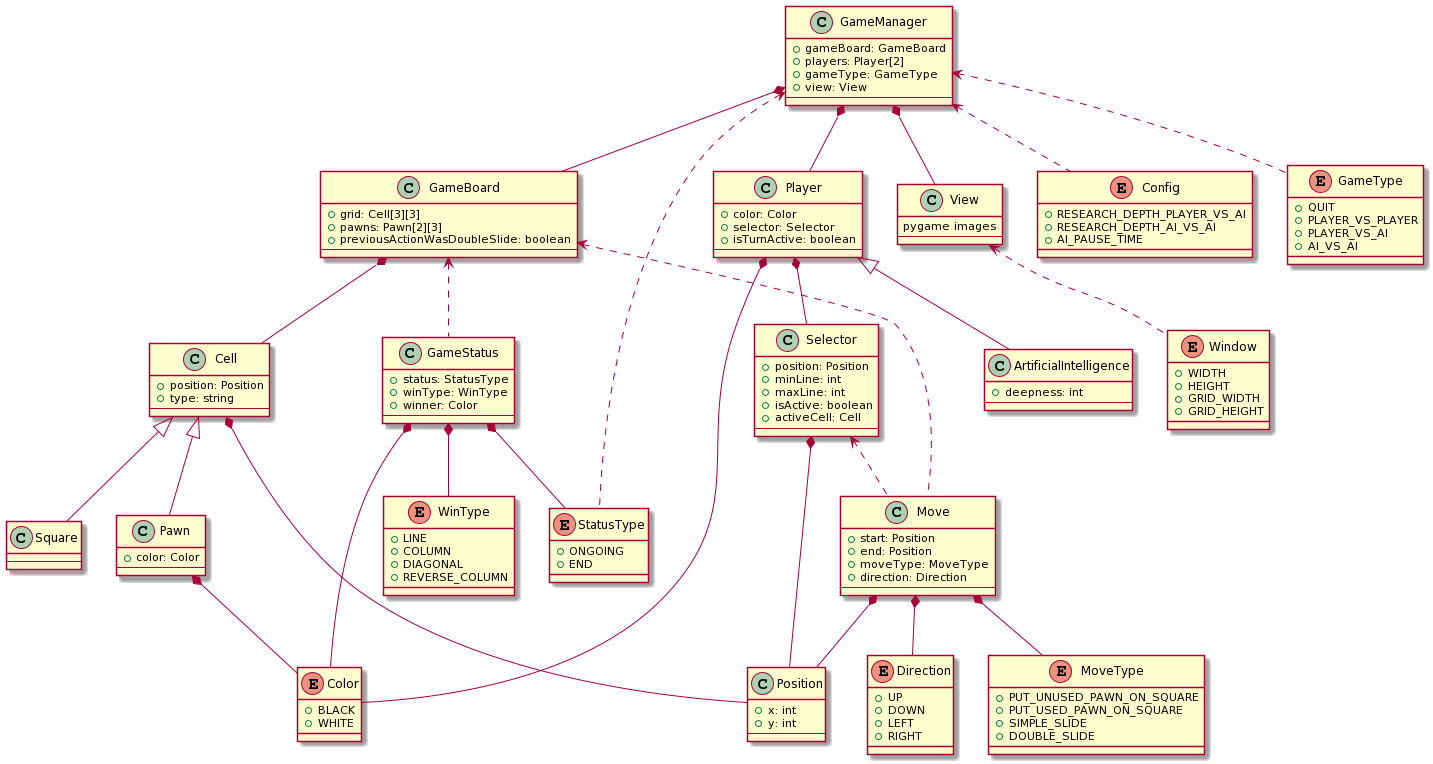
The PlantUML diagram resources/uml/classes.png in AurelienVasseur/Force-3, before a commit. Source of this version:
```plantuml
@startuml
class GameManager {
+ gameBoard: GameBoard
+ players: Player[2]
+ gameType: GameType
+ view: View
---
}
class GameBoard {
+ grid: Cell[3][3]
+ pawns: Pawn[2][3]
+ previousActionWasDoubleSlide: boolean
---
}
class Player {
+ color: Color
+ selector: Selector
+ isTurnActive: boolean
---
}
class ArtificialIntelligence extends Player {
+ deepness: int
---
}
class View {
pygame images
---
}
class Cell {
+ position: Position
+ type: string
---
}
class Square extends Cell {
---
}
class Pawn extends Cell {
+ color: Color
---
}
class Selector {
+ position: Position
+ minLine: int
+ maxLine: int
+ isActive: boolean
+ activeCell: Cell
---
}
class Position {
+ x: int
+ y: int
---
}
enum Color {
+ BLACK
+ WHITE
}
enum Config {
+ RESEARCH_DEPTH_PLAYER_VS_AI
+ RESEARCH_DEPTH_AI_VS_AI
+ AI_PAUSE_TIME
}
enum Direction {
+ UP
+ DOWN
+ LEFT
+ RIGHT
}
class GameStatus {
+ status: StatusType
+ winType: WinType
+ winner: Color
---
}
enum GameType {
+ QUIT
+ PLAYER_VS_PLAYER
+ PLAYER_VS_AI
+ AI_VS_AI
}
class Move {
+ start: Position
+ end: Position
+ moveType: MoveType
+ direction: Direction
---
}
enum MoveType {
+ PUT_UNUSED_PAWN_ON_SQUARE
+ PUT_USED_PAWN_ON_SQUARE
+ SIMPLE_SLIDE
+ DOUBLE_SLIDE
}
enum StatusType {
+ ONGOING
+ END
}
enum Window {
+ WIDTH
+ HEIGHT
+ GRID_WIDTH
+ GRID_HEIGHT
}
enum WinType {
+ LINE
+ COLUMN
+ DIAGONAL
+ REVERSE_COLUMN
}

GameManager *-- GameBoard
GameManager *-- Player
GameManager *-- View
GameBoard *-- Cell
Player *-- Selector
Player *-- Color
Cell *-- Position
Pawn *-- Color
Selector *-- Position
GameStatus *-- Color
GameStatus *-- StatusType
GameStatus *-- WinType
Move *-- Position
Move *-- MoveType
Move *-- Direction

GameManager <.. Config
GameManager <.. GameType
GameManager <.. StatusType
View <.. Window
GameBoard <.. GameStatus
GameBoard <.. Move
Selector <.. Move
@enduml
```
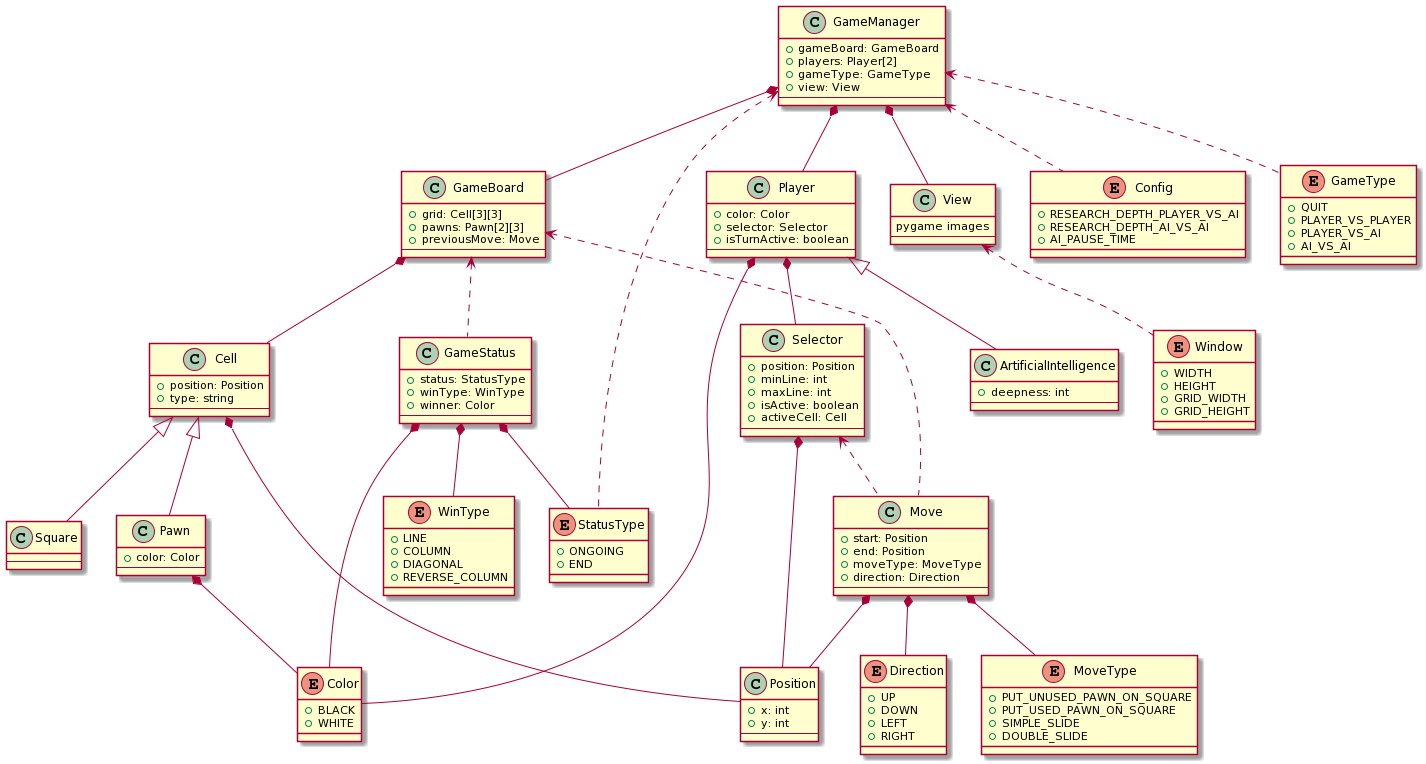
Above is the later version.

Commit message:
fix: UML diagram updated && add: requirements in README.md

Diff of the diagram source:
```diff
@@ -9,7 +9,7 @@
 class GameBoard {
 + grid: Cell[3][3]
 + pawns: Pawn[2][3]
-+ previousActionWasDoubleSlide: boolean
++ previousMove: Move
 ---
 }
 class Player {
```
